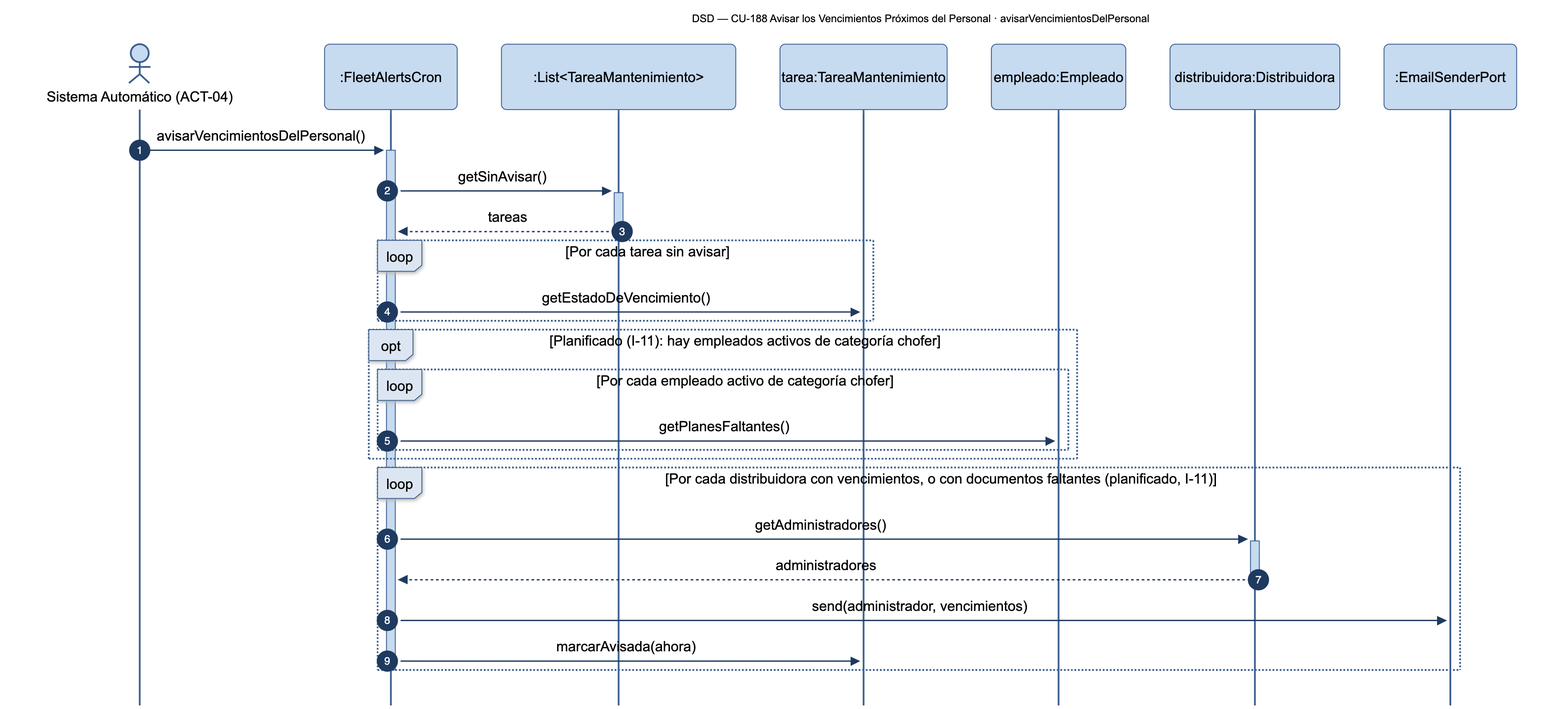
Before: diagramas/png/DSD_CU-188_avisarVencimientosDelPersonal.png, a diagram exported from Mermaid (Nahuelito-Dev/splg-docs). Its source is kept beside it as diagramas/DSD_CU-188_avisarVencimientosDelPersonal.mmd. The source it was exported from:
```mermaid
sequenceDiagram
    title DSD — CU-188 Avisar los Vencimientos Próximos del Personal · avisarVencimientosDelPersonal
    autonumber
    actor SIS as Sistema Automático (ACT-04)
    participant CRN as :FleetAlertsCron
    participant LST as :List#lt;TareaMantenimiento#gt;
    participant TAR as tarea:TareaMantenimiento
    participant EMP as empleado:Empleado
    participant DIS as distribuidora:Distribuidora
    participant MAI as :EmailSenderPort

    SIS->>+CRN: avisarVencimientosDelPersonal()
    CRN->>+LST: getSinAvisar()
    LST-->>-CRN: tareas
    loop Por cada tarea sin avisar
        CRN->>TAR: getEstadoDeVencimiento()
    end
    opt Planificado (I-11): hay empleados activos de categoría chofer
        loop Por cada empleado activo de categoría chofer
            CRN->>EMP: getPlanesFaltantes()
        end
    end
    loop Por cada distribuidora con vencimientos, o con documentos faltantes (planificado, I-11)
        CRN->>+DIS: getAdministradores()
        DIS-->>-CRN: administradores
        CRN->>MAI: send(administrador, vencimientos)
        CRN->>TAR: marcarAvisada(ahora)
    end
    deactivate CRN
```
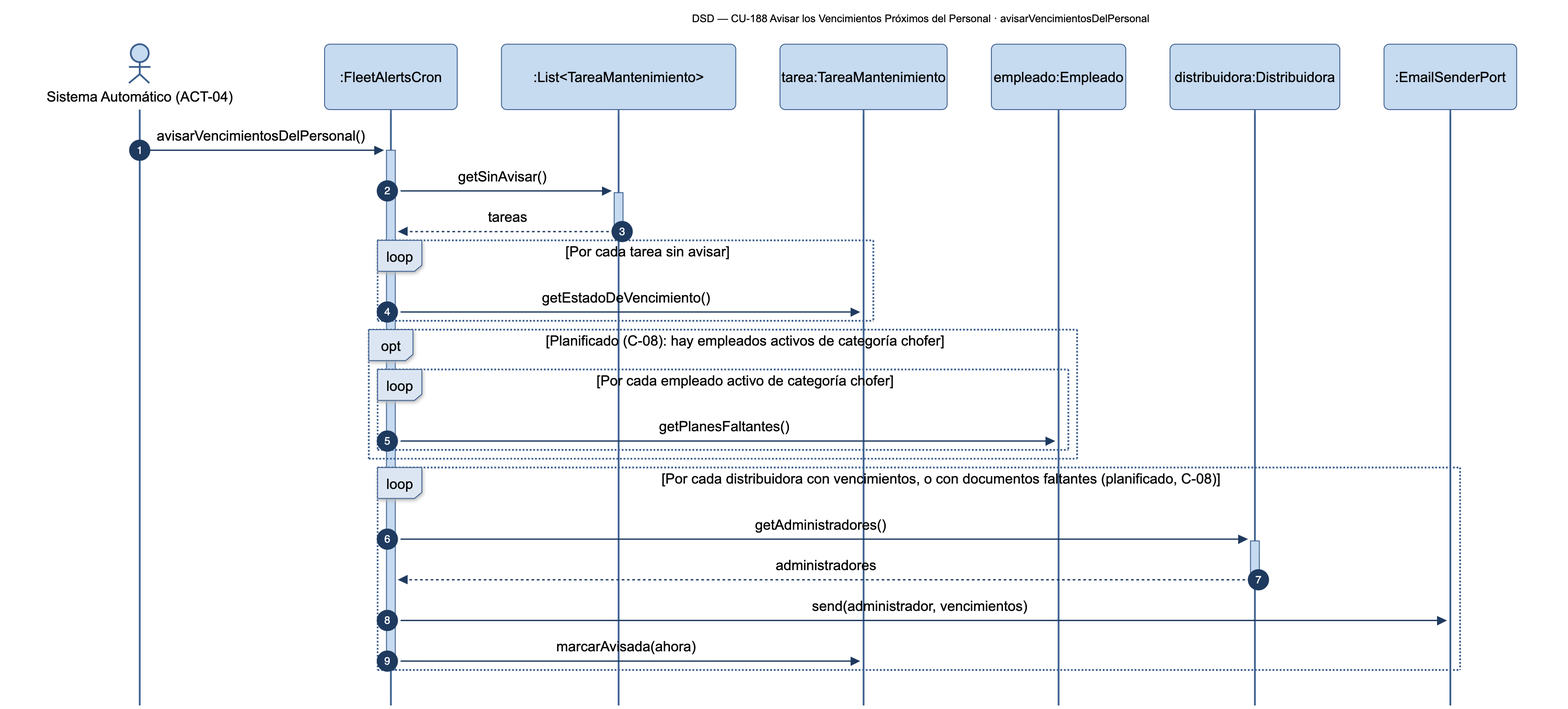
The same file after the commit.

Change to the diagram source:
```diff
@@ -15,12 +15,12 @@
     loop Por cada tarea sin avisar
         CRN->>TAR: getEstadoDeVencimiento()
     end
-    opt Planificado (I-11): hay empleados activos de categoría chofer
+    opt Planificado (C-08): hay empleados activos de categoría chofer
         loop Por cada empleado activo de categoría chofer
             CRN->>EMP: getPlanesFaltantes()
         end
     end
-    loop Por cada distribuidora con vencimientos, o con documentos faltantes (planificado, I-11)
+    loop Por cada distribuidora con vencimientos, o con documentos faltantes (planificado, C-08)
         CRN->>+DIS: getAdministradores()
         DIS-->>-CRN: administradores
         CRN->>MAI: send(administrador, vencimientos)
```
